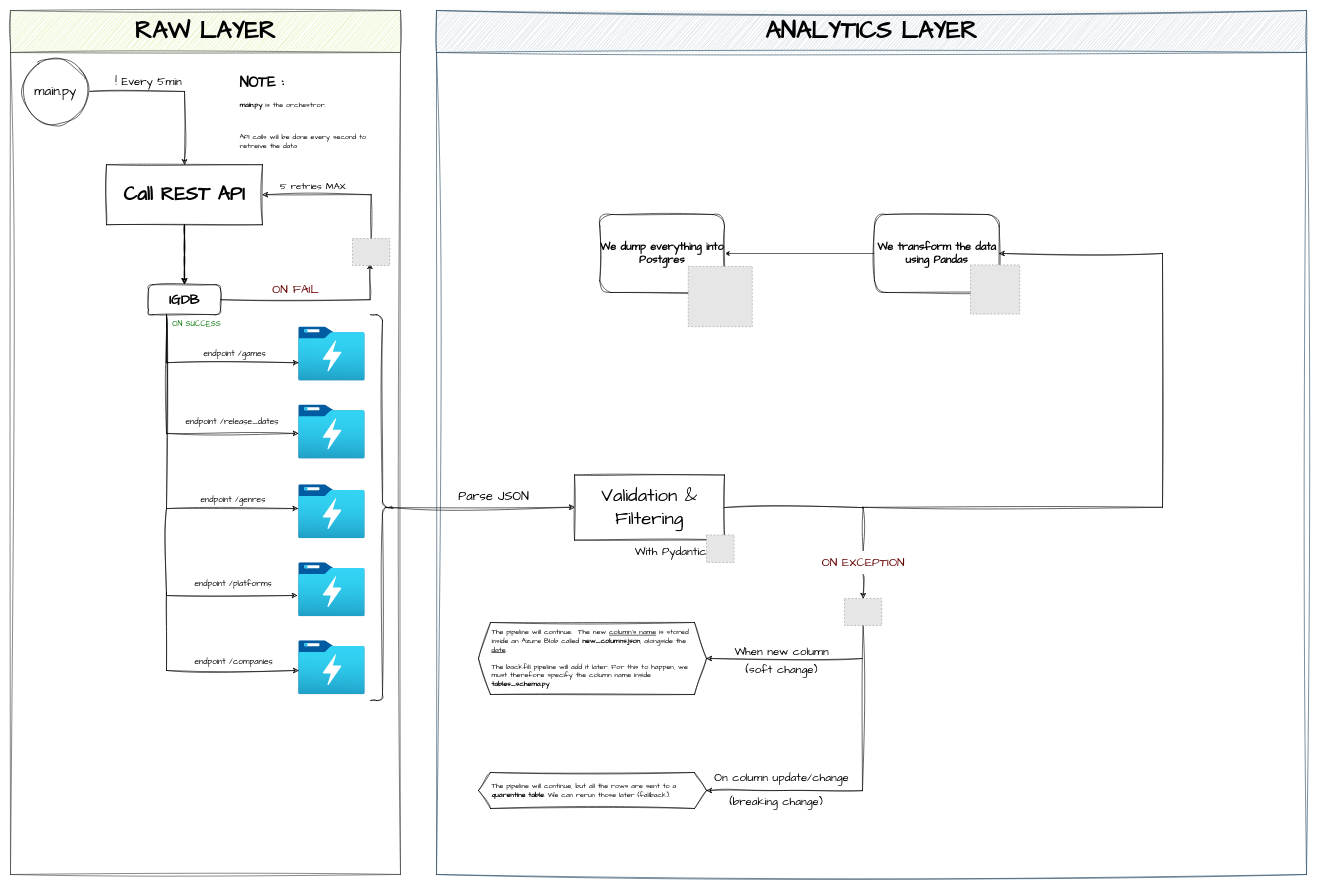
The draw.io diagram docs/GLOBAL ARCHITECTURE PLAN.drawio in rayaneatd/azure-market-insights-elt, before the edit. Source tidied: cells renumbered, new cells numbered last; positions are measured from the earlier drawing's top-left corner, leaving out a move shared by most shapes. Both pictures are drawn from the tidied source at 60%, with x=0, y=0 at pixel (10, 10). Pictures stored in the file or linked from it are replaced by grey dashed boxes.
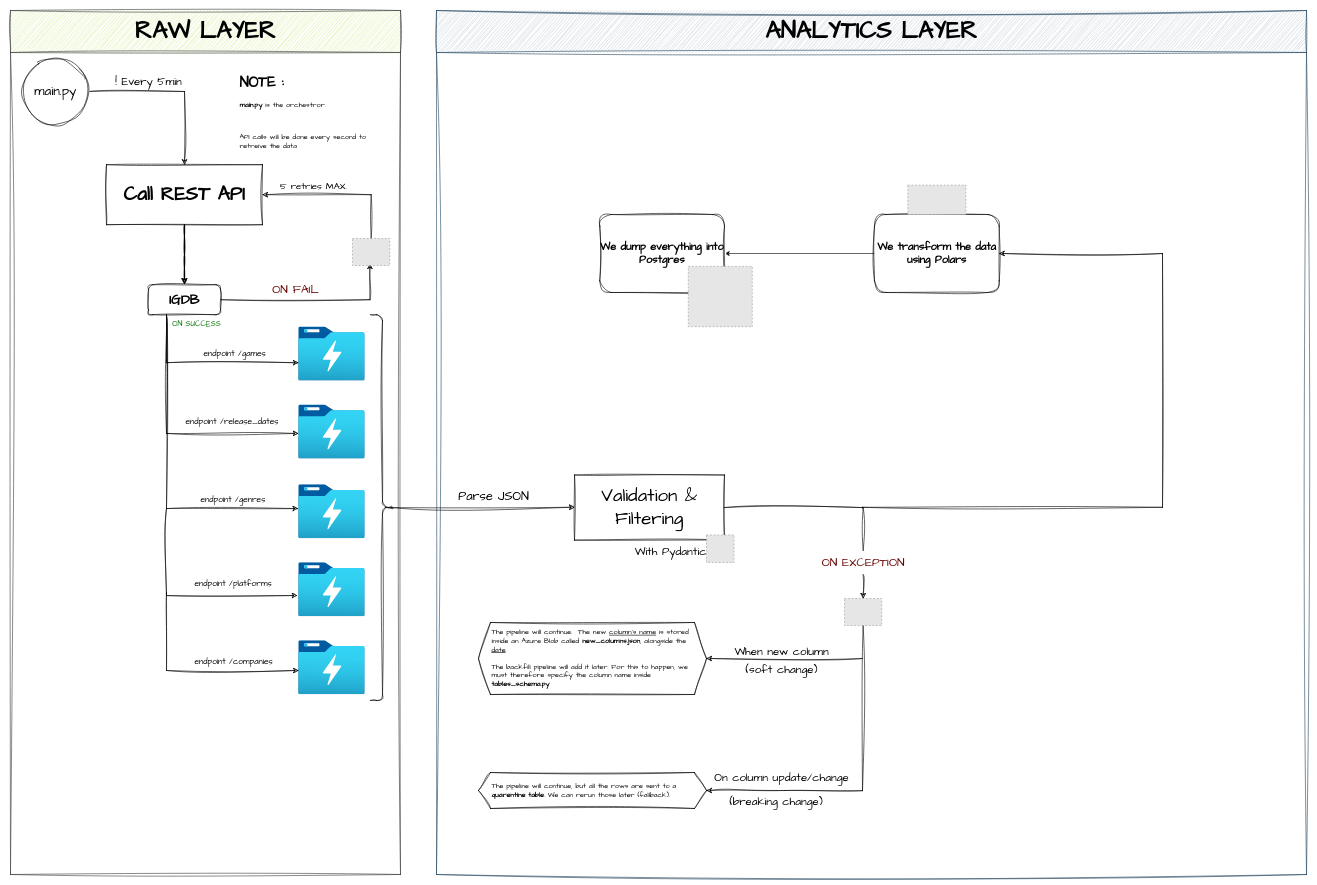
Above is the later version.

Commit message (it also covers changes not shown here):
refactor (dependencies): dependencie migration :     - polars   -> pandas     - requests -> httpx     - pydantic -> patito etc (altho still the same lol)

What changed in the source:
```diff
@@
-    <mxCell id="53" value="We transform the data using Pandas" style="rounded=1;whiteSpace=wrap;sketch=1;curveFitting=1;jiggle=2;fontStyle=1;fontFamily=Comic Sans MS;fontSize=18;html=1;" parent="1" vertex="1">
+    <mxCell id="53" value="We transform the data using Polars" style="rounded=1;whiteSpace=wrap;sketch=1;curveFitting=1;jiggle=2;fontStyle=1;fontFamily=Comic Sans MS;fontSize=18;html=1;" parent="1" vertex="1">
       <mxGeometry x="1440" y="340" width="207.9" height="130" as="geometry" />
     </mxCell>
-    <mxCell id="54" style="fillColor=#E6E6E6;strokeColor=#999999;dashed=1;verticalLabelPosition=bottom;labelBackgroundColor=default;verticalAlign=top;" parent="1" vertex="1">
-      <mxGeometry x="1600" y="424" width="82" height="82" as="geometry" />
-    </mxCell>
@@
+    <mxCell id="57" style="fillColor=#E6E6E6;strokeColor=#999999;dashed=1;verticalLabelPosition=bottom;labelBackgroundColor=default;verticalAlign=top;" parent="1" vertex="1">
+      <mxGeometry x="1495.5" y="291" width="96.9" height="49" as="geometry" />
+    </mxCell>
```
